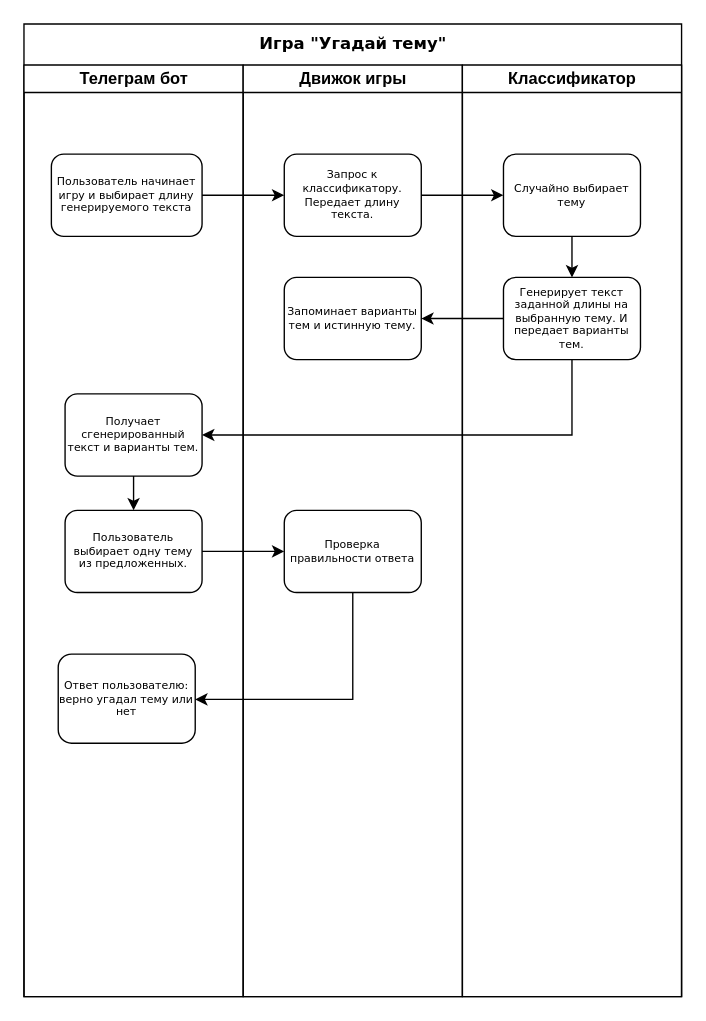
Before: diogram_guess_topic_game.drawio in fursovia/chatbot_game, a draw.io diagram. Source tidied: cells renumbered, new cells numbered last; positions are measured from the earlier drawing's top-left corner, leaving out a move shared by most shapes. Both pictures are drawn from the tidied source at 137%, with x=0, y=0 at pixel (23, 23).
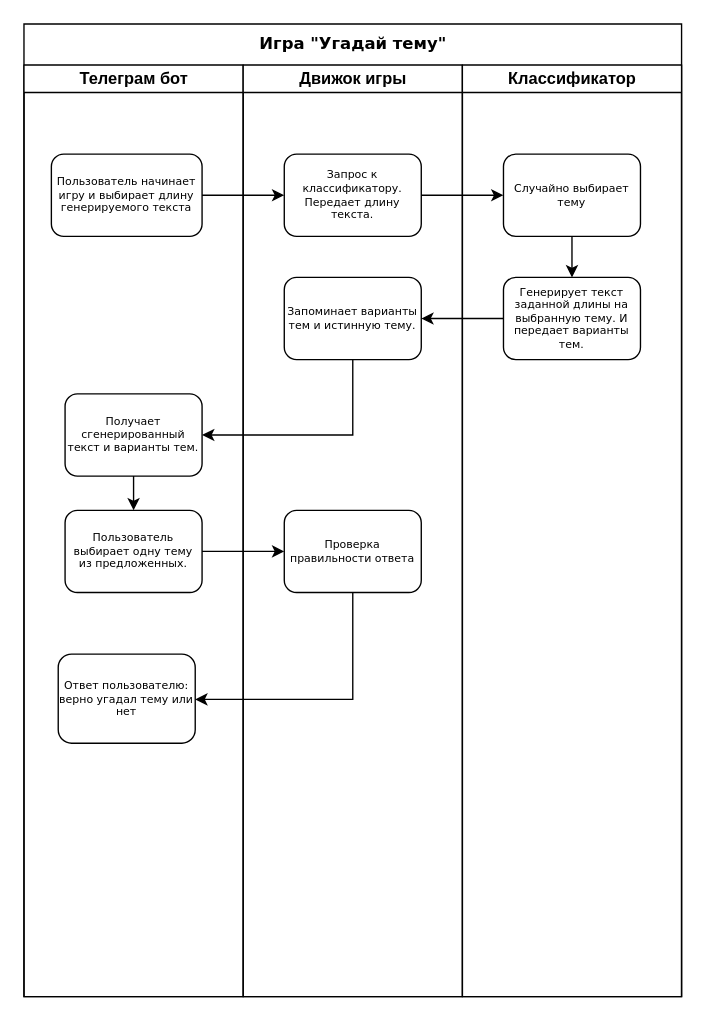
After the change.

The change refers to these unchanged cells:
```xml
<mxCell id="2" value="&lt;font style=&quot;font-size: 12px&quot;&gt;Игра &quot;Угадай тему&quot;&lt;/font&gt;" style="swimlane;html=1;startSize=30;rounded=0;shadow=0;labelBackgroundColor=none;strokeWidth=1;fontFamily=Verdana;fontSize=8;align=center;" parent="1" vertex="1">
  <mxGeometry width="480" height="710" as="geometry" />
</mxCell>
<mxCell id="5" value="Получает сгенерированный текст и варианты тем." style="rounded=1;whiteSpace=wrap;html=1;shadow=0;labelBackgroundColor=none;strokeWidth=1;fontFamily=Verdana;fontSize=8;align=center;" parent="3" vertex="1">
  <mxGeometry x="30" y="240" width="100" height="60" as="geometry" />
</mxCell>
<mxCell id="11" value="Запоминает варианты тем и истинную тему." style="rounded=1;whiteSpace=wrap;html=1;shadow=0;labelBackgroundColor=none;strokeWidth=1;fontFamily=Verdana;fontSize=8;align=center;" parent="9" vertex="1">
  <mxGeometry x="30" y="155" width="100" height="60" as="geometry" />
</mxCell>
<mxCell id="16" value="Генерирует текст заданной длины на выбранную тему. И передает варианты тем." style="rounded=1;whiteSpace=wrap;html=1;shadow=0;labelBackgroundColor=none;strokeWidth=1;fontFamily=Verdana;fontSize=8;align=center;" parent="13" vertex="1">
  <mxGeometry x="30" y="155" width="100" height="60" as="geometry" />
</mxCell>
```

Change to the diagram source:
```diff
@@
-    <mxCell id="20" style="edgeStyle=orthogonalEdgeStyle;rounded=0;jettySize=auto;html=1;strokeWidth=1;" parent="2" edge="1" source="16" target="5">
+    <mxCell id="20" style="edgeStyle=orthogonalEdgeStyle;rounded=0;jettySize=auto;html=1;strokeWidth=1;exitX=0.5;exitY=1;exitDx=0;exitDy=0;" parent="2" edge="1" source="11" target="5">
       <mxGeometry relative="1" as="geometry">
         <Array as="points">
-          <mxPoint x="400" y="300" />
-          <mxPoint x="90" y="300" />
+          <mxPoint x="240" y="300" />
         </Array>
       </mxGeometry>
     </mxCell>
```
